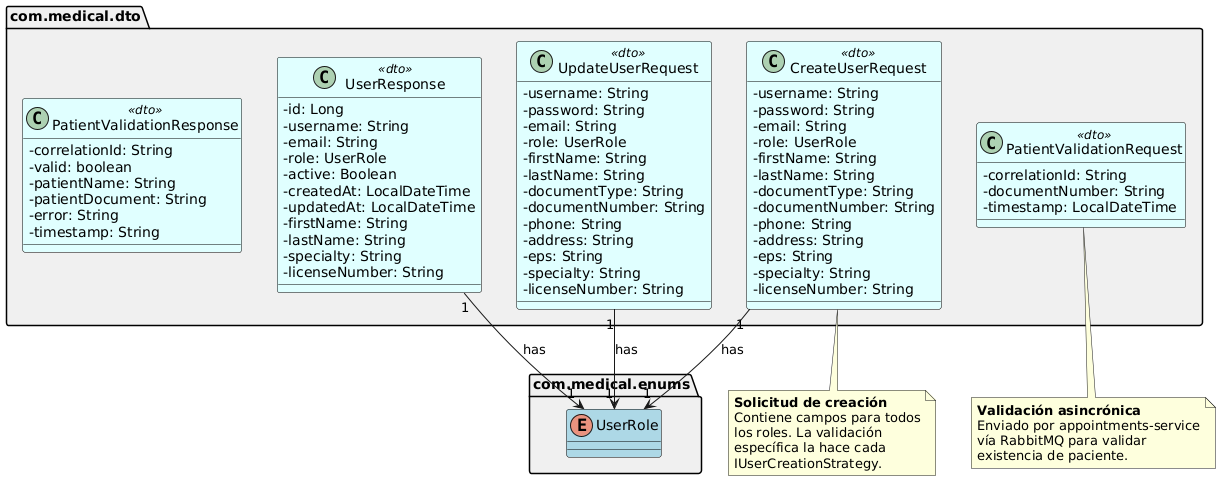
This is services/users-service/docs/modeling/uml/diagrams/DtoRelations.png from LeyderCeronM/Proyecto_piedra_azul, a PlantUML export, as it was before one commit. The source it was exported from:
```plantuml
@startuml DtoRelations

skinparam classAttributeIconSize 0
skinparam defaultFontName SansSerif

package "com.medical.dto" as dtoPkg #F0F0F0 {

  class UserResponse <<dto>> #E0FFFF;line:Black {
    {field} -id: Long
    {field} -username: String
    {field} -email: String
    {field} -role: UserRole
    {field} -active: Boolean
    {field} -createdAt: LocalDateTime
    {field} -updatedAt: LocalDateTime
    {field} -firstName: String
    {field} -lastName: String
    {field} -specialty: String
    {field} -licenseNumber: String
  }

  class CreateUserRequest <<dto>> #E0FFFF;line:Black {
    {field} -username: String
    {field} -password: String
    {field} -email: String
    {field} -role: UserRole
    {field} -firstName: String
    {field} -lastName: String
    {field} -documentType: String
    {field} -documentNumber: String
    {field} -phone: String
    {field} -address: String
    {field} -eps: String
    {field} -specialty: String
    {field} -licenseNumber: String
  }

  class UpdateUserRequest <<dto>> #E0FFFF;line:Black {
    {field} -username: String
    {field} -password: String
    {field} -email: String
    {field} -role: UserRole
    {field} -firstName: String
    {field} -lastName: String
    {field} -documentType: String
    {field} -documentNumber: String
    {field} -phone: String
    {field} -address: String
    {field} -eps: String
    {field} -specialty: String
    {field} -licenseNumber: String
  }

  class PatientValidationRequest <<dto>> #E0FFFF;line:Black {
    {field} -correlationId: String
    {field} -documentNumber: String
    {field} -timestamp: LocalDateTime
  }

  class PatientValidationResponse <<dto>> #E0FFFF;line:Black {
    {field} -correlationId: String
    {field} -valid: boolean
    {field} -patientName: String
    {field} -patientDocument: String
    {field} -error: String
    {field} -timestamp: String
  }

}

package "com.medical.enums" as enumPkg #F0F0F0 {
  enum UserRole #LightBlue;line:Black
}

CreateUserRequest "1" --> "1" UserRole : "has"
UpdateUserRequest "1" --> "1" UserRole : "has"
UserResponse "1" --> "1" UserRole : "has"

note bottom of CreateUserRequest
  **Solicitud de creación**
  Contiene campos para todos
  los roles. La validación
  específica la hace cada
  IUserCreationStrategy.
end note

note bottom of PatientValidationRequest
  **Validación asincrónica**
  Enviado por appointments-service
  vía RabbitMQ para validar
  existencia de paciente.
end note

@enduml
```
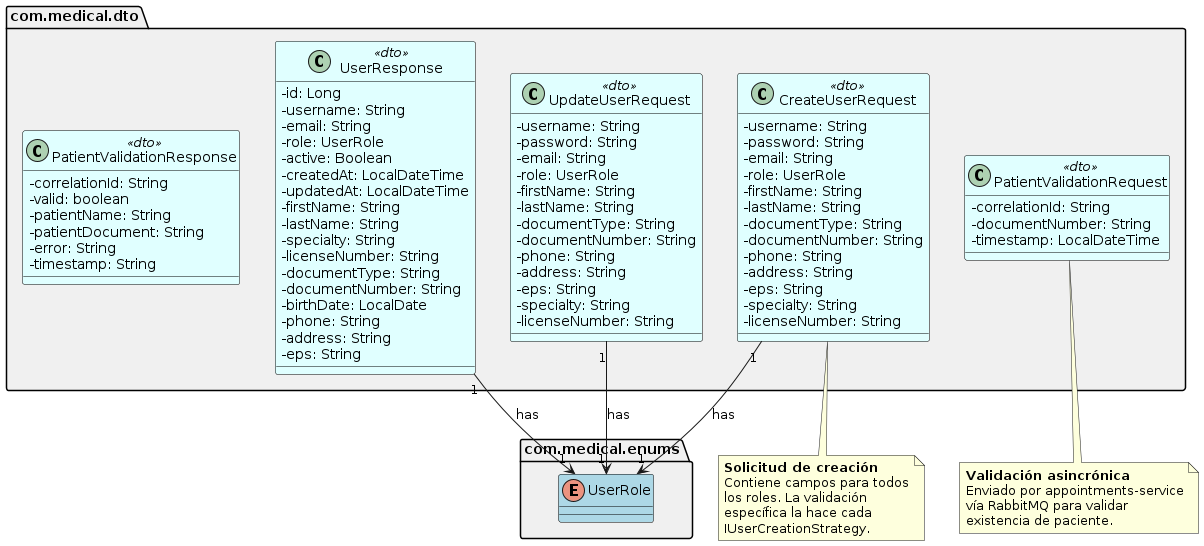
After the change.

The edit, as a diff of the source:
```diff
@@ -17,6 +17,12 @@
     {field} -lastName: String
     {field} -specialty: String
     {field} -licenseNumber: String
+    {field} -documentType: String
+    {field} -documentNumber: String
+    {field} -birthDate: LocalDate
+    {field} -phone: String
+    {field} -address: String
+    {field} -eps: String
   }
 
   class CreateUserRequest <<dto>> #E0FFFF;line:Black {
```
